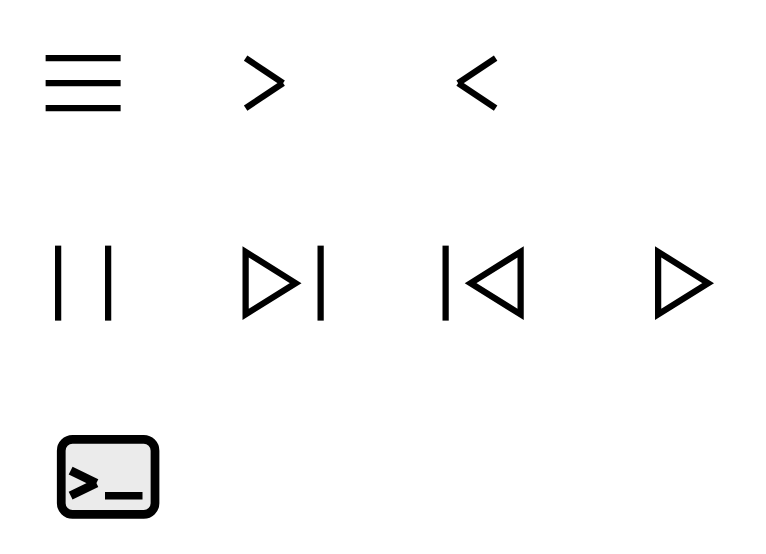
This is assets/icons.drawio from hitotsubasiyurie/ongaku-project, a draw.io file, before an edit. Source tidied: cells renumbered, new cells numbered last; positions are measured from the earlier drawing's top-left corner, leaving out a move shared by most shapes. Both pictures are drawn from the tidied source at 125%, with x=0, y=0 at pixel (20, 20).
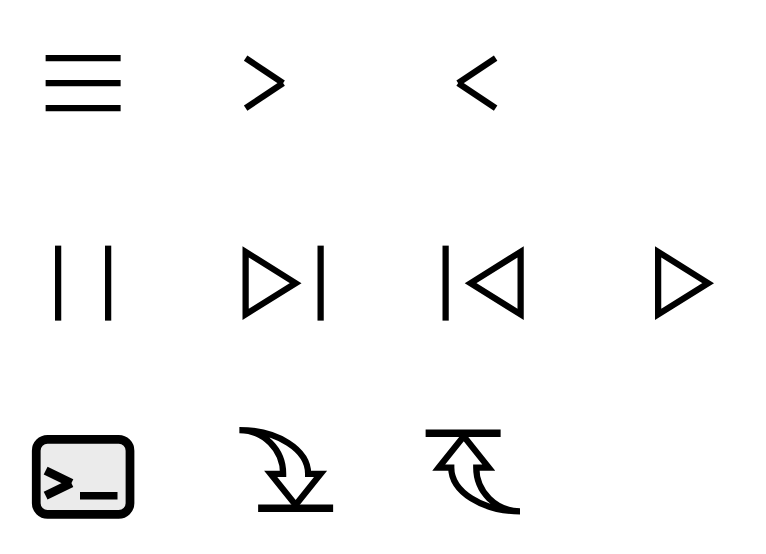
Above is the later version.

Diff of the diagram source:
```diff
@@
     <mxCell id="2" style="whiteSpace=wrap;html=1;strokeWidth=0;fillColor=none;strokeColor=none;" parent="1" vertex="1">
-      <mxGeometry x="20" y="310" width="100" height="100" as="geometry" />
+      <mxGeometry y="310" width="100" height="100" as="geometry" />
     </mxCell>
     <mxCell id="3" style="rounded=1;whiteSpace=wrap;html=1;strokeWidth=7;fillColor=light-dark(#ebebeb, #ededed);" parent="1" vertex="1">
-      <mxGeometry x="32.5" y="335" width="75" height="60" as="geometry" />
+      <mxGeometry x="12.5" y="335" width="75" height="60" as="geometry" />
     </mxCell>
@@
     <mxCell id="27" style="group;rounded=1;strokeWidth=8;" parent="1" vertex="1">
-      <mxGeometry x="40" y="360" width="27.5" height="20" as="geometry" />
+      <mxGeometry x="20" y="360" width="27.5" height="20" as="geometry" />
     </mxCell>
@@
     <mxCell id="30" style="endArrow=none;html=1;rounded=0;strokeWidth=6;entryX=0.2;entryY=0.2;entryDx=0;entryDy=0;entryPerimeter=0;" parent="1" edge="1">
       <mxGeometry relative="1" as="geometry">
-        <mxPoint x="97.5" y="380" as="sourcePoint" />
-        <mxPoint x="67.5" y="380" as="targetPoint" />
+        <mxPoint x="77.5" y="380" as="sourcePoint" />
+        <mxPoint x="47.5" y="380" as="targetPoint" />
       </mxGeometry>
     </mxCell>
+    <mxCell id="31" style="whiteSpace=wrap;html=1;strokeWidth=0;fillColor=none;strokeColor=none;" parent="1" vertex="1">
+      <mxGeometry x="160" y="310" width="100" height="100" as="geometry" />
+    </mxCell>
+    <mxCell id="32" style="html=1;shadow=0;dashed=0;align=center;verticalAlign=middle;shape=mxgraph.arrows2.jumpInArrow;dy=10;dx=25;arrowHead=40;rotation=90;strokeWidth=5;fillColor=none;" parent="1" vertex="1">
+      <mxGeometry x="177.5" y="325" width="60" height="65" as="geometry" />
+    </mxCell>
+    <mxCell id="33" style="endArrow=none;html=1;rounded=0;strokeWidth=6;" parent="1" edge="1">
+      <mxGeometry relative="1" as="geometry">
+        <mxPoint x="250" y="390" as="sourcePoint" />
+        <mxPoint x="190" y="390" as="targetPoint" />
+      </mxGeometry>
+    </mxCell>
+    <mxCell id="34" style="whiteSpace=wrap;html=1;strokeWidth=0;fillColor=none;strokeColor=none;rotation=-180;" parent="1" vertex="1">
+      <mxGeometry x="314" y="310" width="100" height="100" as="geometry" />
+    </mxCell>
+    <mxCell id="35" style="html=1;shadow=0;dashed=0;align=center;verticalAlign=middle;shape=mxgraph.arrows2.jumpInArrow;dy=10;dx=25;arrowHead=40;rotation=-90;strokeWidth=5;fillColor=none;" parent="1" vertex="1">
+      <mxGeometry x="337" y="330" width="60" height="65" as="geometry" />
+    </mxCell>
+    <mxCell id="36" style="endArrow=none;html=1;rounded=0;strokeWidth=6;" parent="1" edge="1">
+      <mxGeometry relative="1" as="geometry">
+        <mxPoint x="324" y="330" as="sourcePoint" />
+        <mxPoint x="384" y="330" as="targetPoint" />
+      </mxGeometry>
+    </mxCell>
```
